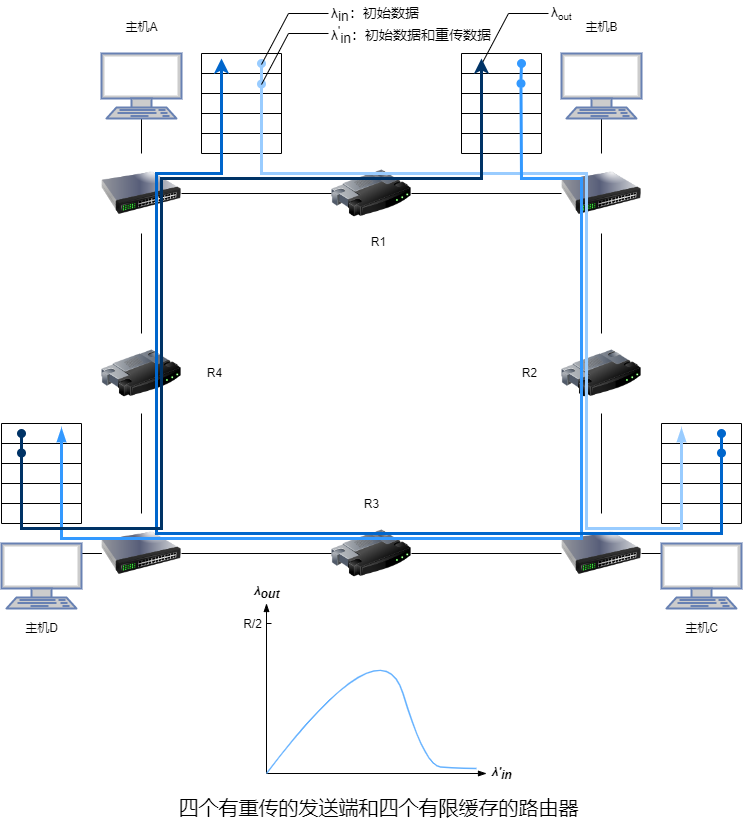
The draw.io diagram computer-networking/img/four_senders_with_retransmissions,routers_with_finite_buffers.png in an-die-freude/computer-network-note, before a commit. Source tidied: cells renumbered, new cells last; positions are measured from the earlier drawing's top-left corner, leaving out a move shared by most shapes.
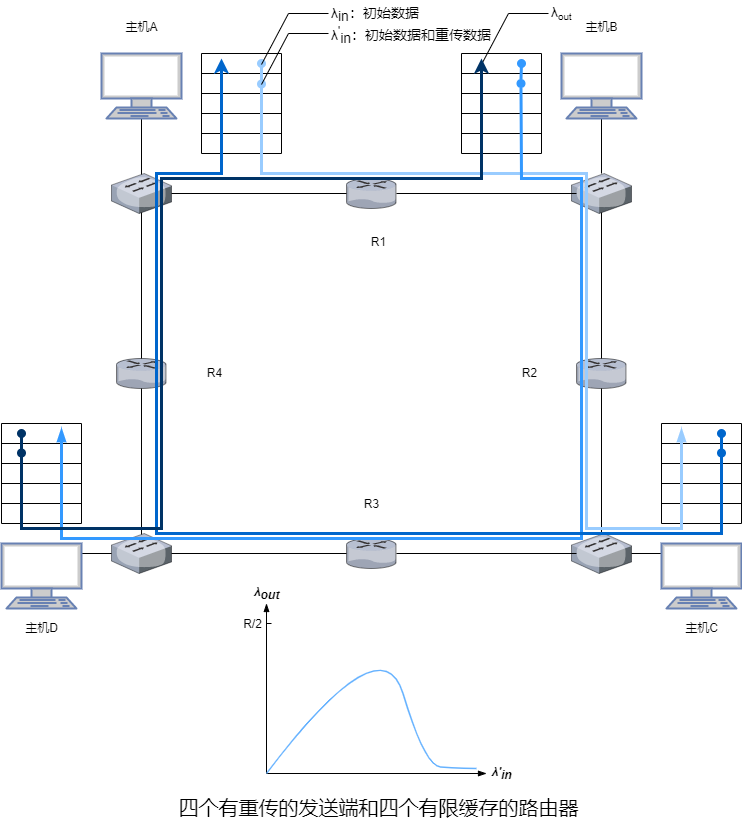
The same diagram one commit later.

Change to the diagram source:
```diff
@@ -2,8 +2,34 @@
   <root>
     <mxCell id="0" />
     <mxCell id="1" parent="0" />
+    <mxCell id="101" style="verticalLabelPosition=bottom;sketch=0;html=1;verticalAlign=top;strokeColor=none;align=center;shape=mxgraph.citrix.switch;" parent="1" vertex="1">
+      <mxGeometry x="110" y="533" width="60" height="40" as="geometry" />
+    </mxCell>
+    <mxCell id="102" style="verticalLabelPosition=bottom;sketch=0;html=1;verticalAlign=top;strokeColor=none;align=center;shape=mxgraph.citrix.router;" parent="1" vertex="1">
+      <mxGeometry x="345" y="538" width="50" height="30" as="geometry" />
+    </mxCell>
+    <mxCell id="103" style="verticalLabelPosition=bottom;sketch=0;html=1;verticalAlign=top;strokeColor=none;align=center;shape=mxgraph.citrix.switch;" parent="1" vertex="1">
+      <mxGeometry x="570" y="533" width="60" height="40" as="geometry" />
+    </mxCell>
+    <mxCell id="104" style="verticalLabelPosition=bottom;sketch=0;html=1;verticalAlign=top;strokeColor=none;align=center;shape=mxgraph.citrix.router;" parent="1" vertex="1">
+      <mxGeometry x="575" y="358" width="50" height="30" as="geometry" />
+    </mxCell>
+    <mxCell id="105" style="verticalLabelPosition=bottom;sketch=0;html=1;verticalAlign=top;strokeColor=none;align=center;shape=mxgraph.citrix.switch;" parent="1" vertex="1">
+      <mxGeometry x="570" y="173" width="60" height="40" as="geometry" />
+    </mxCell>
+    <mxCell id="106" style="verticalLabelPosition=bottom;sketch=0;html=1;verticalAlign=top;strokeColor=none;align=center;shape=mxgraph.citrix.router;" parent="1" vertex="1">
+      <mxGeometry x="345" y="178" width="50" height="30" as="geometry" />
+    </mxCell>
+    <mxCell id="107" style="verticalLabelPosition=bottom;sketch=0;html=1;verticalAlign=top;strokeColor=none;align=center;shape=mxgraph.citrix.switch;" parent="1" vertex="1">
+      <mxGeometry x="110" y="173" width="60" height="40" as="geometry" />
+    </mxCell>
+    <mxCell id="108" style="verticalLabelPosition=bottom;sketch=0;html=1;verticalAlign=top;strokeColor=none;align=center;shape=mxgraph.citrix.router;" parent="1" vertex="1">
+      <mxGeometry x="115" y="358" width="50" height="30" as="geometry" />
+    </mxCell>
-    <mxCell id="2" style="edgeStyle=orthogonalEdgeStyle;rounded=0;jettySize=auto;html=1;endArrow=none;endFill=0;" parent="1" edge="1" source="3" target="16">
-      <mxGeometry relative="1" as="geometry" />
+    <mxCell id="2" style="edgeStyle=orthogonalEdgeStyle;rounded=0;jettySize=auto;html=1;endArrow=none;endFill=0;" parent="1" edge="1" source="3">
+      <mxGeometry relative="1" as="geometry">
+        <mxPoint x="140" y="174" as="targetPoint" />
+      </mxGeometry>
     </mxCell>
     <mxCell id="3" style="fontColor=#0066CC;verticalAlign=top;verticalLabelPosition=bottom;labelPosition=center;align=center;html=1;outlineConnect=0;fillColor=#CCCCCC;strokeColor=#6881B3;gradientColor=none;gradientDirection=north;strokeWidth=2;shape=mxgraph.networks.terminal;" parent="1" vertex="1">
       <mxGeometry x="100" y="53" width="80" height="65" as="geometry" />
@@ -41,26 +67,28 @@
     <mxCell id="14" style="shape=partialRectangle;html=1;whiteSpace=wrap;overflow=hidden;fillColor=none;top=0;left=0;bottom=0;right=0;" parent="13" vertex="1">
       <mxGeometry width="80" height="20" as="geometry" />
     </mxCell>
-    <mxCell id="15" style="edgeStyle=orthogonalEdgeStyle;rounded=0;jettySize=auto;html=1;endArrow=none;endFill=0;" parent="1" edge="1" source="16" target="18">
-      <mxGeometry relative="1" as="geometry" />
+    <mxCell id="15" style="edgeStyle=orthogonalEdgeStyle;rounded=0;orthogonalLoop=1;jettySize=auto;html=1;endArrow=none;endFill=0;" parent="1" edge="1">
+      <mxGeometry relative="1" as="geometry">
+        <mxPoint x="170" y="193" as="sourcePoint" />
+        <mxPoint x="345" y="193" as="targetPoint" />
+      </mxGeometry>
     </mxCell>
-    <mxCell id="16" style="image;html=1;image=img/lib/clip_art/networking/Switch_128x128.png;" parent="1" vertex="1">
-      <mxGeometry x="100" y="153" width="80" height="80" as="geometry" />
-    </mxCell>
-    <mxCell id="17" style="edgeStyle=orthogonalEdgeStyle;rounded=0;jettySize=auto;html=1;endArrow=none;endFill=0;" parent="1" edge="1" source="18" target="20">
-      <mxGeometry relative="1" as="geometry" />
+    <mxCell id="17" style="edgeStyle=orthogonalEdgeStyle;rounded=0;orthogonalLoop=1;jettySize=auto;html=1;endArrow=none;endFill=0;" parent="1" edge="1">
+      <mxGeometry relative="1" as="geometry">
+        <mxPoint x="395" y="193" as="sourcePoint" />
+        <mxPoint x="575" y="193" as="targetPoint" />
+      </mxGeometry>
     </mxCell>
-    <mxCell id="18" style="image;html=1;image=img/lib/clip_art/networking/Router_128x128.png;" parent="1" vertex="1">
-      <mxGeometry x="330" y="153" width="80" height="80" as="geometry" />
-    </mxCell>
-    <mxCell id="19" style="edgeStyle=orthogonalEdgeStyle;rounded=0;jettySize=auto;html=1;endArrow=none;endFill=0;" parent="1" edge="1" source="20" target="35">
-      <mxGeometry relative="1" as="geometry" />
+    <mxCell id="19" style="edgeStyle=orthogonalEdgeStyle;rounded=0;orthogonalLoop=1;jettySize=auto;html=1;endArrow=none;endFill=0;" parent="1" edge="1">
+      <mxGeometry relative="1" as="geometry">
+        <mxPoint x="600" y="212" as="sourcePoint" />
+        <mxPoint x="600" y="358" as="targetPoint" />
+      </mxGeometry>
     </mxCell>
-    <mxCell id="20" style="image;html=1;image=img/lib/clip_art/networking/Switch_128x128.png;" parent="1" vertex="1">
-      <mxGeometry x="560" y="153" width="80" height="80" as="geometry" />
-    </mxCell>
-    <mxCell id="21" style="edgeStyle=orthogonalEdgeStyle;rounded=0;jettySize=auto;html=1;endArrow=none;endFill=0;" parent="1" edge="1" source="22" target="20">
-      <mxGeometry relative="1" as="geometry" />
+    <mxCell id="21" style="edgeStyle=orthogonalEdgeStyle;rounded=0;jettySize=auto;html=1;endArrow=none;endFill=0;" parent="1" edge="1" source="22">
+      <mxGeometry relative="1" as="geometry">
+        <mxPoint x="600" y="173" as="targetPoint" />
+      </mxGeometry>
     </mxCell>
     <mxCell id="22" style="fontColor=#0066CC;verticalAlign=top;verticalLabelPosition=bottom;labelPosition=center;align=center;html=1;outlineConnect=0;fillColor=#CCCCCC;strokeColor=#6881B3;gradientColor=none;gradientDirection=north;strokeWidth=2;shape=mxgraph.networks.terminal;" parent="1" vertex="1">
       <mxGeometry x="560" y="53" width="80" height="65" as="geometry" />
@@ -98,44 +126,47 @@
     <mxCell id="33" style="shape=partialRectangle;html=1;whiteSpace=wrap;overflow=hidden;fillColor=none;top=0;left=0;bottom=0;right=0;" parent="32" vertex="1">
       <mxGeometry width="80" height="20" as="geometry" />
     </mxCell>
-    <mxCell id="34" style="edgeStyle=orthogonalEdgeStyle;rounded=0;jettySize=auto;html=1;endArrow=none;endFill=0;" parent="1" edge="1" source="35" target="38">
-      <mxGeometry relative="1" as="geometry" />
+    <mxCell id="34" style="edgeStyle=orthogonalEdgeStyle;rounded=0;orthogonalLoop=1;jettySize=auto;html=1;endArrow=none;endFill=0;" parent="1" edge="1">
+      <mxGeometry relative="1" as="geometry">
+        <mxPoint x="600" y="388" as="sourcePoint" />
+        <mxPoint x="600" y="534" as="targetPoint" />
+      </mxGeometry>
     </mxCell>
-    <mxCell id="35" style="image;html=1;image=img/lib/clip_art/networking/Router_128x128.png;" parent="1" vertex="1">
-      <mxGeometry x="560" y="333" width="80" height="80" as="geometry" />
-    </mxCell>
-    <mxCell id="36" style="edgeStyle=orthogonalEdgeStyle;rounded=0;jettySize=auto;html=1;entryX=1;entryY=0.5;entryDx=0;entryDy=0;endArrow=none;endFill=0;" parent="1" edge="1" source="38" target="45">
-      <mxGeometry relative="1" as="geometry" />
+    <mxCell id="36" style="edgeStyle=orthogonalEdgeStyle;rounded=0;orthogonalLoop=1;jettySize=auto;html=1;entryX=1;entryY=0.5;entryDx=0;entryDy=0;endArrow=none;endFill=0;" parent="1" edge="1">
+      <mxGeometry relative="1" as="geometry">
+        <mxPoint x="575" y="553" as="sourcePoint" />
+        <mxPoint x="395" y="553" as="targetPoint" />
+      </mxGeometry>
     </mxCell>
-    <mxCell id="37" style="edgeStyle=orthogonalEdgeStyle;rounded=0;jettySize=auto;html=1;entryX=0;entryY=0;entryDx=0;entryDy=0;entryPerimeter=0;endArrow=none;endFill=0;" parent="1" edge="1" source="38" target="47">
-      <mxGeometry relative="1" as="geometry" />
+    <mxCell id="37" style="edgeStyle=orthogonalEdgeStyle;rounded=0;jettySize=auto;html=1;entryX=0;entryY=0;entryDx=0;entryDy=0;entryPerimeter=0;endArrow=none;endFill=0;" parent="1" edge="1" target="47">
+      <mxGeometry relative="1" as="geometry">
+        <mxPoint x="630" y="553" as="sourcePoint" />
+      </mxGeometry>
     </mxCell>
-    <mxCell id="38" style="image;html=1;image=img/lib/clip_art/networking/Switch_128x128.png;" parent="1" vertex="1">
-      <mxGeometry x="560" y="513" width="80" height="80" as="geometry" />
-    </mxCell>
-    <mxCell id="39" style="edgeStyle=orthogonalEdgeStyle;rounded=0;jettySize=auto;html=1;endArrow=none;endFill=0;" parent="1" edge="1" source="40" target="16">
-      <mxGeometry relative="1" as="geometry" />
+    <mxCell id="39" style="edgeStyle=orthogonalEdgeStyle;rounded=0;orthogonalLoop=1;jettySize=auto;html=1;endArrow=none;endFill=0;" parent="1" edge="1">
+      <mxGeometry relative="1" as="geometry">
+        <mxPoint x="140" y="358" as="sourcePoint" />
+        <mxPoint x="140" y="212" as="targetPoint" />
+      </mxGeometry>
     </mxCell>
-    <mxCell id="40" style="image;html=1;image=img/lib/clip_art/networking/Router_128x128.png;" parent="1" vertex="1">
-      <mxGeometry x="100" y="333" width="80" height="80" as="geometry" />
-    </mxCell>
-    <mxCell id="41" style="edgeStyle=orthogonalEdgeStyle;rounded=0;jettySize=auto;html=1;endArrow=none;endFill=0;" parent="1" edge="1" source="43" target="40">
-      <mxGeometry relative="1" as="geometry" />
+    <mxCell id="41" style="edgeStyle=orthogonalEdgeStyle;rounded=0;orthogonalLoop=1;jettySize=auto;html=1;endArrow=none;endFill=0;" parent="1" edge="1">
+      <mxGeometry relative="1" as="geometry">
+        <mxPoint x="140" y="534" as="sourcePoint" />
+        <mxPoint x="140" y="388" as="targetPoint" />
+      </mxGeometry>
     </mxCell>
-    <mxCell id="42" style="edgeStyle=orthogonalEdgeStyle;rounded=0;jettySize=auto;html=1;endArrow=none;endFill=0;" parent="1" edge="1" source="43">
+    <mxCell id="42" style="edgeStyle=orthogonalEdgeStyle;rounded=0;orthogonalLoop=1;jettySize=auto;html=1;endArrow=none;endFill=0;" parent="1" edge="1">
       <mxGeometry relative="1" as="geometry">
+        <mxPoint x="110" y="553" as="sourcePoint" />
         <mxPoint x="80" y="553" as="targetPoint" />
       </mxGeometry>
     </mxCell>
-    <mxCell id="43" style="image;html=1;image=img/lib/clip_art/networking/Switch_128x128.png;" parent="1" vertex="1">
-      <mxGeometry x="100" y="513" width="80" height="80" as="geometry" />
-    </mxCell>
-    <mxCell id="44" style="edgeStyle=orthogonalEdgeStyle;rounded=0;jettySize=auto;html=1;entryX=1;entryY=0.5;entryDx=0;entryDy=0;endArrow=none;endFill=0;" parent="1" edge="1" source="45" target="43">
-      <mxGeometry relative="1" as="geometry" />
+    <mxCell id="44" style="edgeStyle=orthogonalEdgeStyle;rounded=0;orthogonalLoop=1;jettySize=auto;html=1;entryX=1;entryY=0.5;entryDx=0;entryDy=0;endArrow=none;endFill=0;" parent="1" edge="1">
+      <mxGeometry relative="1" as="geometry">
+        <mxPoint x="345" y="553" as="sourcePoint" />
+        <mxPoint x="170" y="553" as="targetPoint" />
+      </mxGeometry>
     </mxCell>
-    <mxCell id="45" style="image;html=1;image=img/lib/clip_art/networking/Router_128x128.png;" parent="1" vertex="1">
-      <mxGeometry x="330" y="513" width="80" height="80" as="geometry" />
-    </mxCell>
     <mxCell id="46" style="fontColor=#0066CC;verticalAlign=top;verticalLabelPosition=bottom;labelPosition=center;align=center;html=1;fillColor=#CCCCCC;strokeColor=#6881B3;gradientColor=none;gradientDirection=north;strokeWidth=2;shape=mxgraph.networks.terminal;" parent="1" vertex="1">
       <mxGeometry y="543" width="80" height="65" as="geometry" />
     </mxCell>
```
